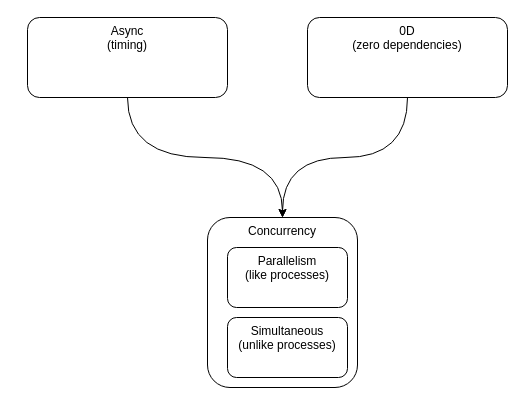
This is page "simultaneity" (2 of 9) of fireandforget.drawio from guitarvydas/ps, a draw.io file, before an edit. Source tidied: cells renumbered, new cells numbered last; positions are measured from the earlier drawing's top-left corner, leaving out a move shared by most shapes. Both pictures are drawn from the tidied source at 100%, with x=0, y=0 at pixel (27, 17).
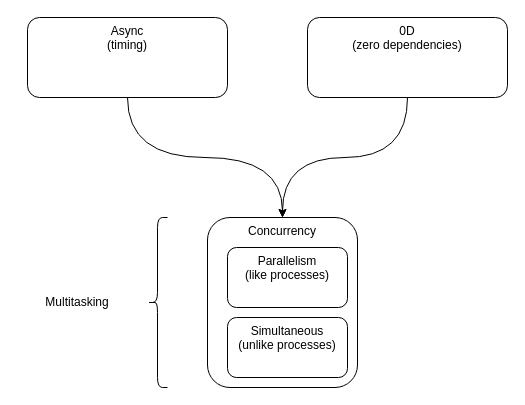
Above is the later version.

The edit, as a diff of the source:
```diff
@@
 <mxGraphModel>
   <root>
     <mxCell id="0" />
     <mxCell id="1" parent="0" />
     <mxCell id="2" style="edgeStyle=orthogonalEdgeStyle;curved=1;jettySize=auto;html=1;exitX=0.5;exitY=1;exitDx=0;exitDy=0;strokeWidth=1;" parent="1" edge="1" source="3" target="4">
       <mxGeometry relative="1" as="geometry" />
     </mxCell>
     <mxCell id="3" value="Async&lt;br&gt;(timing)" style="rounded=1;whiteSpace=wrap;html=1;verticalAlign=top;" parent="1" vertex="1">
       <mxGeometry width="200" height="80" as="geometry" />
     </mxCell>
     <mxCell id="4" value="Concurrency" style="rounded=1;whiteSpace=wrap;html=1;verticalAlign=top;" parent="1" vertex="1">
       <mxGeometry x="180" y="200" width="150" height="170" as="geometry" />
     </mxCell>
     <mxCell id="5" value="Parallelism&lt;br&gt;(like processes)" style="rounded=1;whiteSpace=wrap;html=1;verticalAlign=top;" parent="1" vertex="1">
       <mxGeometry x="200" y="230" width="120" height="60" as="geometry" />
     </mxCell>
     <mxCell id="6" value="Simultaneous&lt;br&gt;(unlike processes)" style="rounded=1;whiteSpace=wrap;html=1;verticalAlign=top;" parent="1" vertex="1">
       <mxGeometry x="200" y="300" width="120" height="60" as="geometry" />
     </mxCell>
     <mxCell id="7" style="edgeStyle=orthogonalEdgeStyle;curved=1;jettySize=auto;html=1;exitX=0.5;exitY=1;exitDx=0;exitDy=0;entryX=0.5;entryY=0;entryDx=0;entryDy=0;strokeColor=#000000;strokeWidth=1;" parent="1" edge="1" source="8" target="4">
       <mxGeometry relative="1" as="geometry" />
     </mxCell>
     <mxCell id="8" value="0D&lt;br&gt;(zero dependencies)" style="rounded=1;whiteSpace=wrap;html=1;verticalAlign=top;" parent="1" vertex="1">
       <mxGeometry x="280" width="200" height="80" as="geometry" />
     </mxCell>
+    <mxCell id="9" style="shape=curlyBracket;whiteSpace=wrap;html=1;rounded=1;" parent="1" vertex="1">
+      <mxGeometry x="120" y="200" width="20" height="170" as="geometry" />
+    </mxCell>
+    <mxCell id="10" value="Multitasking" style="rounded=0;whiteSpace=wrap;html=1;strokeColor=none;" parent="1" vertex="1">
+      <mxGeometry x="-10" y="255" width="120" height="60" as="geometry" />
+    </mxCell>
   </root>
 </mxGraphModel>
```
